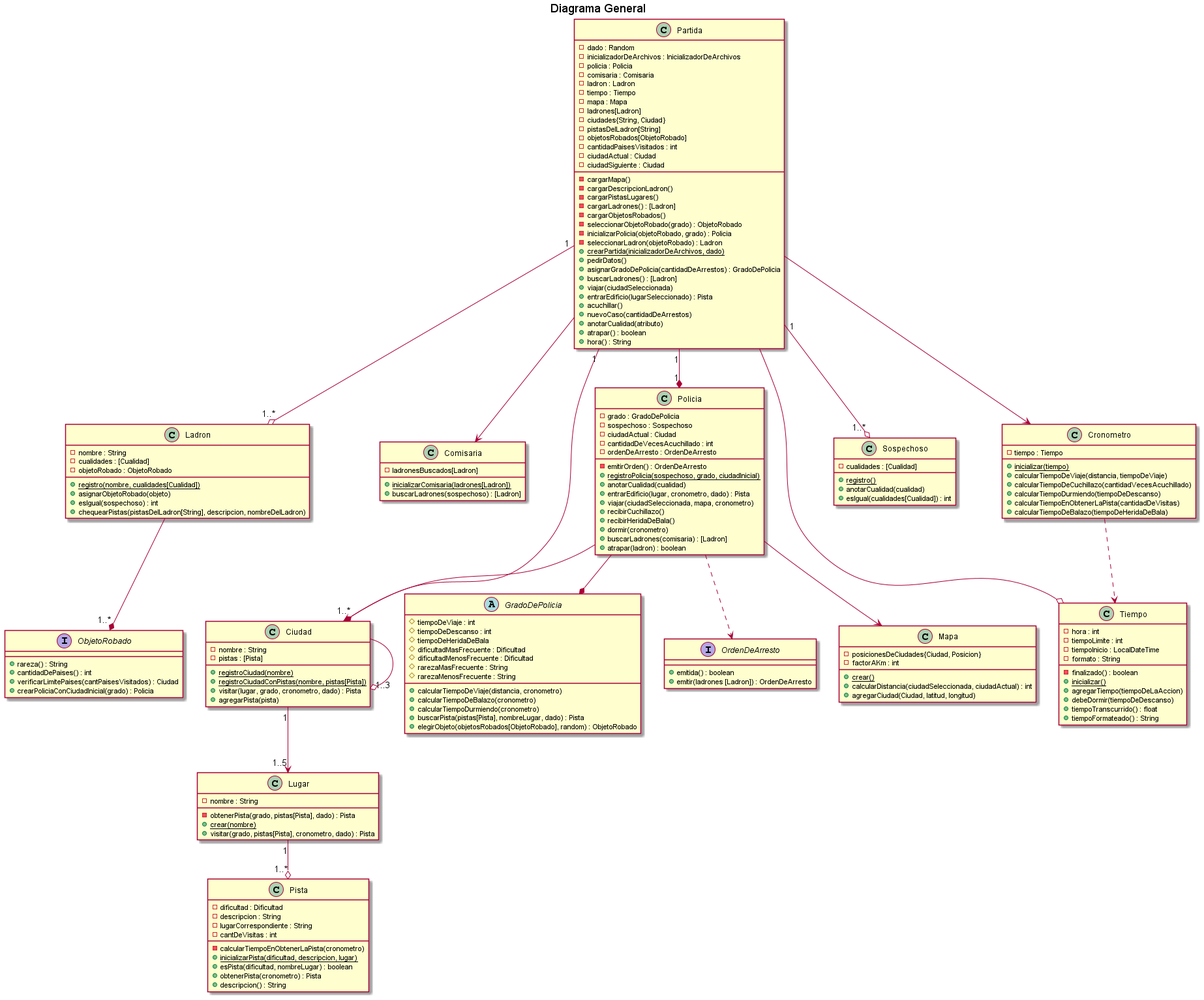
Before: diagrams/classes/entrega3/DC_general.png, a diagram exported from PlantUML (kmu01/Algo3_tp2).
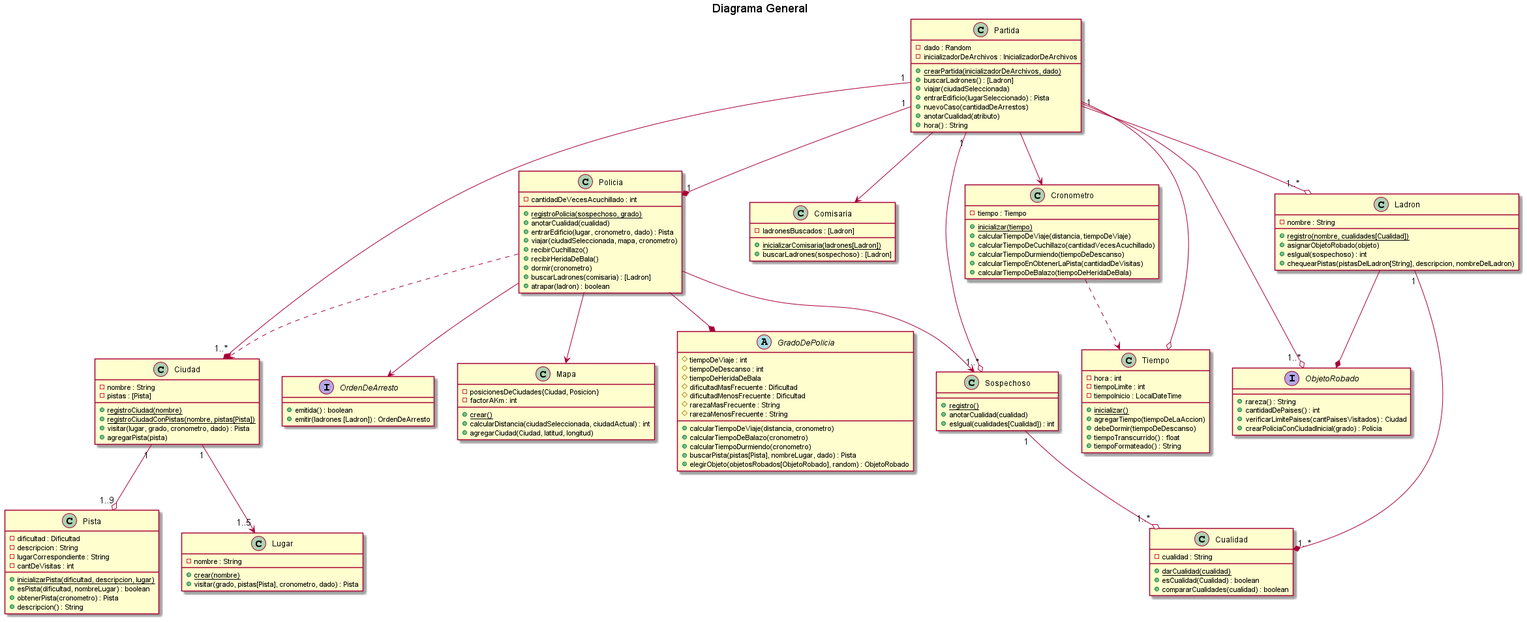
The same diagram one commit later.

The edit, as a diff of the source:
```diff
@@ -12,7 +12,7 @@
 }
 
 class Comisaria {
-    - ladronesBuscados[Ladron]
+    - ladronesBuscados : [Ladron]
     + {static} inicializarComisaria(ladrones[Ladron])
     + buscarLadrones(sospechoso) : [Ladron]
 }
@@ -30,44 +30,18 @@
 class Partida{
     - dado : Random
     - inicializadorDeArchivos : InicializadorDeArchivos
-    - policia : Policia
-    - comisaria : Comisaria
-    - ladron : Ladron
-    - tiempo : Tiempo
-    - mapa : Mapa
-    - ladrones[Ladron]
-    - ciudades{String, Ciudad}
-    - pistasDelLadron[String]
-    - objetosRobados[ObjetoRobado]
-    - cantidadPaisesVisitados : int
-    - ciudadActual : Ciudad
-    - ciudadSiguiente : Ciudad
-    - cargarMapa()
-    - cargarDescripcionLadron()
-    - cargarPistasLugares()
-    - cargarLadrones() : [Ladron]
-    - cargarObjetosRobados()
-    - seleccionarObjetoRobado(grado) : ObjetoRobado
-    - inicializarPolicia(objetoRobado, grado) : Policia
-    - seleccionarLadron(objetoRobado) : Ladron
     + {static} crearPartida(inicializadorDeArchivos, dado)
-    + pedirDatos()
-    + asignarGradoDePolicia(cantidadDeArrestos) : GradoDePolicia
     + buscarLadrones() : [Ladron]
     + viajar(ciudadSeleccionada)
     + entrarEdificio(lugarSeleccionado) : Pista
-    + acuchillar()
     + nuevoCaso(cantidadDeArrestos)
     + anotarCualidad(atributo)
-    + atrapar() : boolean
     + hora() : String
 }
 
 
 class Ladron{
     - nombre : String
-    - cualidades : [Cualidad]
-    - objetoRobado : ObjetoRobado
     + {static} registro(nombre, cualidades[Cualidad])
     + asignarObjetoRobado(objeto)
     + esIgual(sospechoso) : int
@@ -77,13 +51,8 @@
 
 
 class Policia{
-    - grado : GradoDePolicia
-    - sospechoso : Sospechoso
-    - ciudadActual : Ciudad
     - cantidadDeVecesAcuchillado : int
-    - ordenDeArresto : OrdenDeArresto
-    - emitirOrden() : OrdenDeArresto
-    + {static} registroPolicia(sospechoso, grado, ciudadInicial)
+    + {static} registroPolicia(sospechoso, grado)
     + anotarCualidad(cualidad)
     + entrarEdificio(lugar, cronometro, dado) : Pista
     + viajar(ciudadSeleccionada, mapa, cronometro)
@@ -119,7 +88,6 @@
 
 
 class Sospechoso{
-    - cualidades : [Cualidad]
     + {static} registro()
     + anotarCualidad(cualidad)
     + esIgual(cualidades[Cualidad]) : int
@@ -127,7 +95,6 @@
 
 class Lugar{
     - nombre : String
-    - obtenerPista(grado, pistas[Pista], dado) : Pista
     + {static} crear(nombre)
     + visitar(grado, pistas[Pista], cronometro, dado) : Pista
 }
@@ -137,7 +104,6 @@
     - descripcion : String
     - lugarCorrespondiente : String
     - cantDeVisitas : int
-    - calcularTiempoEnObtenerLaPista(cronometro)
     + {static} inicializarPista(dificultad, descripcion, lugar)
     + esPista(dificultad, nombreLugar) : boolean
     + obtenerPista(cronometro) : Pista
@@ -155,8 +121,6 @@
     - hora : int
     - tiempoLimite : int
     - tiempoInicio : LocalDateTime
-    - formato : String
-    - finalizado() : boolean
     + {static} inicializar()
     + agregarTiempo(tiempoDeLaAccion)
     + debeDormir(tiempoDeDescanso)
@@ -169,21 +133,29 @@
     + emitir(ladrones [Ladron]) : OrdenDeArresto
 }
 
+class Cualidad{
+    - cualidad : String
+    + {static} darCualidad(cualidad)
+    + esCualidad(Cualidad) : boolean
+    + compararCualidades(cualidad) : boolean
+}
 
 Partida "1" --o "1..*" Ladron
 Partida "1" --o "1..*" Sospechoso
 Partida"1" --* "1"Policia
 Partida --o Tiempo
+Partida --o "1..*" ObjetoRobado
 Policia --* GradoDePolicia
 Policia --> Mapa
+Policia --> Sospechoso
 Partida "1" --* "1..*" Ciudad
-Policia --> Ciudad
+Policia ..> Ciudad
 Ciudad "1" --> "1..5"Lugar
-Ciudad --o "1..3" Ciudad
-Lugar "1" --o "1..*" Pista
-
-Policia ..> OrdenDeArresto
-Ladron --* "1..*" ObjetoRobado
+Ciudad "1" --o "1..9" Pista
+Ladron "1" --* "1..*"Cualidad
+Sospechoso "1" --o "1..*"Cualidad
+Policia --> OrdenDeArresto
+Ladron --* ObjetoRobado
 Partida --> Comisaria
 Cronometro ..> Tiempo
 Partida --> Cronometro
```
